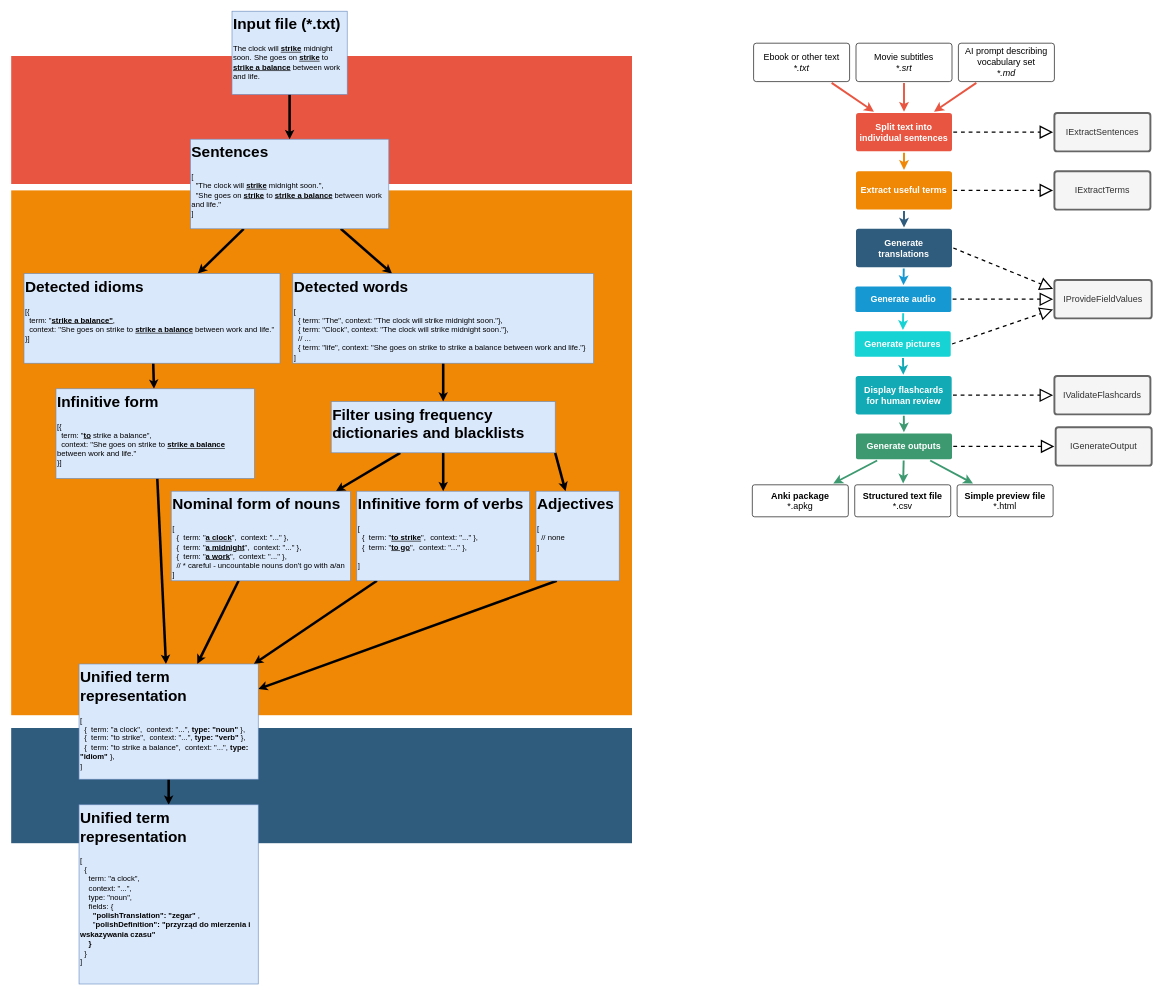
Before: page "Pipeline design" (2 of 2) of docs/Architecture.drawio in taurit/FlashcardSpace.Toolkit, a draw.io diagram. Source tidied: cells renumbered, new cells numbered last; positions are measured from the earlier drawing's top-left corner, leaving out a move shared by most shapes. Both pictures are drawn from the tidied source at 64%, with x=0, y=0 at pixel (11, 11).
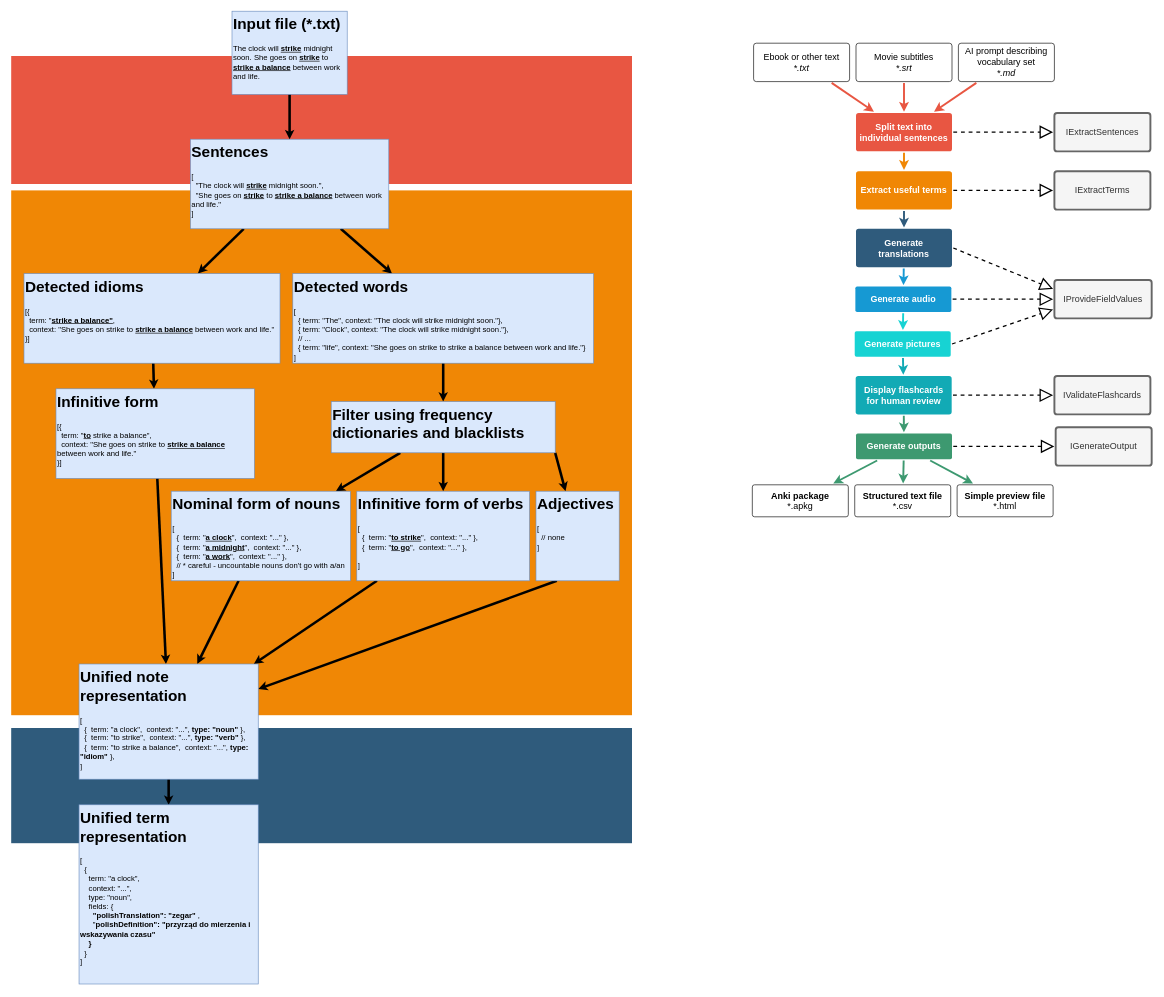
After the change.

What changed in the source:
```diff
@@
-    <mxCell id="63" value="&lt;h1 style=&quot;margin-top: 0px;&quot;&gt;Unified term representation&lt;/h1&gt;&lt;div&gt;&lt;span style=&quot;background-color: initial;&quot;&gt;[&lt;/span&gt;&lt;/div&gt;&lt;div&gt;&lt;span style=&quot;background-color: initial;&quot;&gt;&amp;nbsp; {&amp;nbsp; term: &quot;a clock&lt;/span&gt;&lt;span style=&quot;background-color: initial;&quot;&gt;&quot;,&lt;/span&gt;&lt;span style=&quot;background-color: initial;&quot;&gt;&amp;nbsp; context: &quot;...&lt;/span&gt;&lt;span style=&quot;background-color: initial;&quot;&gt;&quot;, &lt;b&gt;type: &quot;noun&quot;&lt;/b&gt;&amp;nbsp;&lt;/span&gt;&lt;span style=&quot;background-color: initial;&quot;&gt;},&lt;/span&gt;&lt;/div&gt;&lt;div&gt;&lt;span style=&quot;background-color: initial;&quot;&gt;&amp;nbsp; {&amp;nbsp; term: &quot;to strike&lt;/span&gt;&lt;span style=&quot;background-color: initial;&quot;&gt;&quot;,&lt;/span&gt;&lt;span style=&quot;background-color: initial;&quot;&gt;&amp;nbsp; context: &quot;...&lt;/span&gt;&lt;span style=&quot;background-color: initial;&quot;&gt;&quot;,&amp;nbsp;&lt;b&gt;type: &quot;verb&quot;&lt;/b&gt;&amp;nbsp;&lt;/span&gt;&lt;span style=&quot;background-color: initial;&quot;&gt;},&lt;/span&gt;&lt;span style=&quot;background-color: initial;&quot;&gt;&lt;br&gt;&lt;/span&gt;&lt;/div&gt;&lt;div&gt;&lt;span style=&quot;background-color: initial;&quot;&gt;&amp;nbsp; {&amp;nbsp; term: &quot;to strike a balance&lt;/span&gt;&lt;span style=&quot;background-color: initial;&quot;&gt;&quot;,&lt;/span&gt;&lt;span style=&quot;background-color: initial;&quot;&gt;&amp;nbsp; context: &quot;...&lt;/span&gt;&lt;span style=&quot;background-color: initial;&quot;&gt;&quot;,&amp;nbsp;&lt;b&gt;type: &quot;idiom&quot;&lt;/b&gt;&amp;nbsp;&lt;/span&gt;&lt;span style=&quot;background-color: initial;&quot;&gt;},&lt;/span&gt;&lt;span style=&quot;background-color: initial;&quot;&gt;&lt;br&gt;&lt;/span&gt;&lt;/div&gt;&lt;div&gt;&lt;span style=&quot;background-color: initial;&quot;&gt;]&lt;/span&gt;&lt;br&gt;&lt;/div&gt;" style="text;html=1;whiteSpace=wrap;overflow=hidden;rounded=0;fillColor=#dae8fc;strokeColor=#6c8ebf;" parent="1" vertex="1">
+    <mxCell id="63" value="&lt;h1 style=&quot;margin-top: 0px;&quot;&gt;Unified note representation&lt;/h1&gt;&lt;div&gt;&lt;span style=&quot;background-color: initial;&quot;&gt;[&lt;/span&gt;&lt;/div&gt;&lt;div&gt;&lt;span style=&quot;background-color: initial;&quot;&gt;&amp;nbsp; {&amp;nbsp; term: &quot;a clock&lt;/span&gt;&lt;span style=&quot;background-color: initial;&quot;&gt;&quot;,&lt;/span&gt;&lt;span style=&quot;background-color: initial;&quot;&gt;&amp;nbsp; context: &quot;...&lt;/span&gt;&lt;span style=&quot;background-color: initial;&quot;&gt;&quot;, &lt;b&gt;type: &quot;noun&quot;&lt;/b&gt;&amp;nbsp;&lt;/span&gt;&lt;span style=&quot;background-color: initial;&quot;&gt;},&lt;/span&gt;&lt;/div&gt;&lt;div&gt;&lt;span style=&quot;background-color: initial;&quot;&gt;&amp;nbsp; {&amp;nbsp; term: &quot;to strike&lt;/span&gt;&lt;span style=&quot;background-color: initial;&quot;&gt;&quot;,&lt;/span&gt;&lt;span style=&quot;background-color: initial;&quot;&gt;&amp;nbsp; context: &quot;...&lt;/span&gt;&lt;span style=&quot;background-color: initial;&quot;&gt;&quot;,&amp;nbsp;&lt;b&gt;type: &quot;verb&quot;&lt;/b&gt;&amp;nbsp;&lt;/span&gt;&lt;span style=&quot;background-color: initial;&quot;&gt;},&lt;/span&gt;&lt;span style=&quot;background-color: initial;&quot;&gt;&lt;br&gt;&lt;/span&gt;&lt;/div&gt;&lt;div&gt;&lt;span style=&quot;background-color: initial;&quot;&gt;&amp;nbsp; {&amp;nbsp; term: &quot;to strike a balance&lt;/span&gt;&lt;span style=&quot;background-color: initial;&quot;&gt;&quot;,&lt;/span&gt;&lt;span style=&quot;background-color: initial;&quot;&gt;&amp;nbsp; context: &quot;...&lt;/span&gt;&lt;span style=&quot;background-color: initial;&quot;&gt;&quot;,&amp;nbsp;&lt;b&gt;type: &quot;idiom&quot;&lt;/b&gt;&amp;nbsp;&lt;/span&gt;&lt;span style=&quot;background-color: initial;&quot;&gt;},&lt;/span&gt;&lt;span style=&quot;background-color: initial;&quot;&gt;&lt;br&gt;&lt;/span&gt;&lt;/div&gt;&lt;div&gt;&lt;span style=&quot;background-color: initial;&quot;&gt;]&lt;/span&gt;&lt;br&gt;&lt;/div&gt;" style="text;html=1;whiteSpace=wrap;overflow=hidden;rounded=0;fillColor=#dae8fc;strokeColor=#6c8ebf;" parent="1" vertex="1">
       <mxGeometry x="106" y="1020" width="280" height="180" as="geometry" />
     </mxCell>
```
